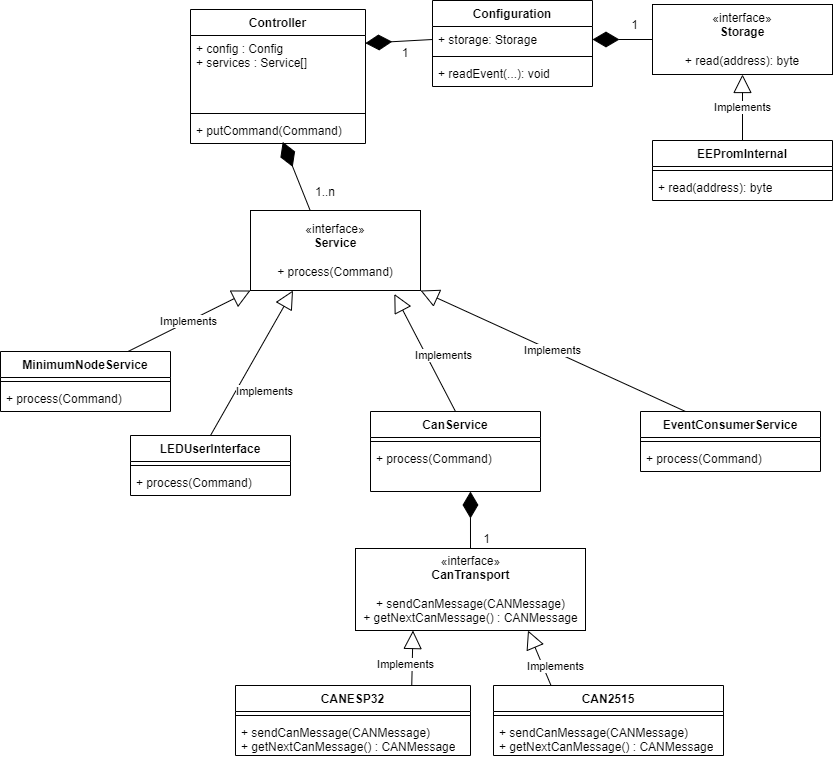
The draw.io diagram docs/VLCB-Arduino-Classes.png in SvenRosvall/VLCB-Arduino, before a commit. Source tidied: cells renumbered, new cells last; positions are measured from the earlier drawing's top-left corner, leaving out a move shared by most shapes.
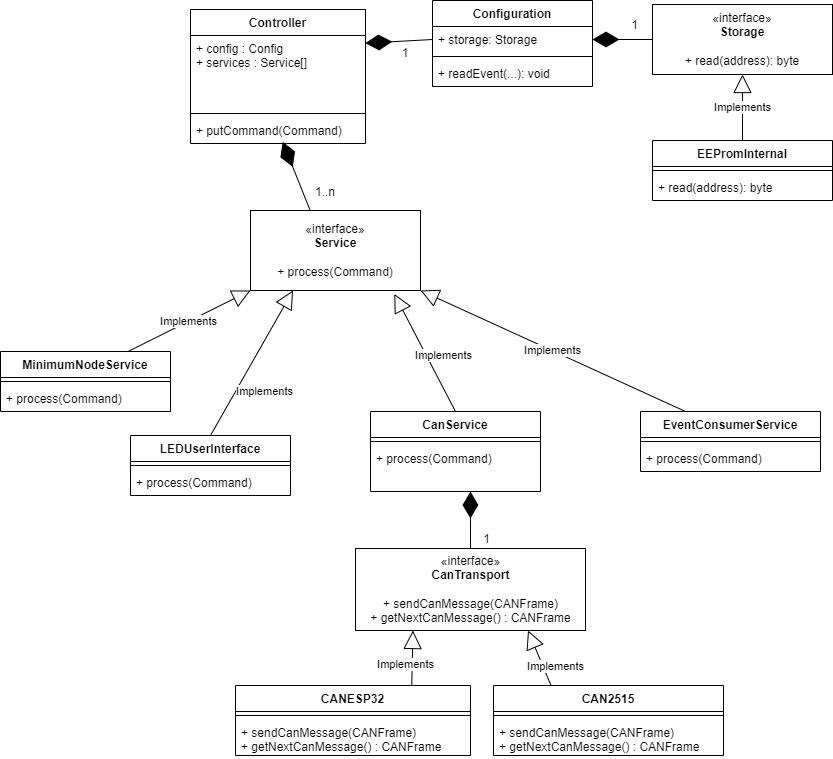
Above is the later version.

Commit message:
Update design documentation after redesigning the CanTransport and CanService relationship.

The edit, as a diff of the source:
```diff
@@ -20,7 +20,7 @@
     <mxCell id="7" style="line;strokeWidth=1;fillColor=none;align=left;verticalAlign=middle;spacingTop=-1;spacingLeft=3;spacingRight=3;labelPosition=right;strokeColor=inherit;" parent="6" vertex="1">
       <mxGeometry y="26" width="230" height="8" as="geometry" />
     </mxCell>
-    <mxCell id="8" value="+ sendCanMessage(CANMessage)&lt;br&gt;+ getNextCanMessage() : CANMessage" style="text;strokeColor=none;fillColor=none;align=left;verticalAlign=top;spacingLeft=4;spacingRight=4;overflow=hidden;whiteSpace=wrap;html=1;" parent="6" vertex="1">
+    <mxCell id="8" value="+ sendCanMessage(&lt;span style=&quot;&quot;&gt;CANFrame&lt;/span&gt;)&lt;br&gt;+ getNextCanMessage() :&amp;nbsp;&lt;span style=&quot;&quot;&gt;CANFrame&lt;/span&gt;" style="text;strokeColor=none;fillColor=none;align=left;verticalAlign=top;spacingLeft=4;spacingRight=4;overflow=hidden;whiteSpace=wrap;html=1;" parent="6" vertex="1">
       <mxGeometry y="34" width="230" height="36" as="geometry" />
     </mxCell>
     <mxCell id="9" value="CANESP32" style="swimlane;fontStyle=1;align=center;verticalAlign=top;horizontal=1;startSize=26;whiteSpace=wrap;html=1;" parent="1" vertex="1">
@@ -29,7 +29,7 @@
     <mxCell id="10" style="line;strokeWidth=1;fillColor=none;align=left;verticalAlign=middle;spacingTop=-1;spacingLeft=3;spacingRight=3;labelPosition=right;strokeColor=inherit;" parent="9" vertex="1">
       <mxGeometry y="26" width="235" height="8" as="geometry" />
     </mxCell>
-    <mxCell id="11" value="+ sendCanMessage(CANMessage)&lt;br&gt;+ getNextCanMessage() : CANMessage" style="text;strokeColor=none;fillColor=none;align=left;verticalAlign=top;spacingLeft=4;spacingRight=4;overflow=hidden;whiteSpace=wrap;html=1;" parent="9" vertex="1">
+    <mxCell id="11" value="+ sendCanMessage(&lt;span style=&quot;&quot;&gt;CANFrame&lt;/span&gt;)&lt;br&gt;+ getNextCanMessage() :&amp;nbsp;&lt;span style=&quot;&quot;&gt;CANFrame&lt;/span&gt;" style="text;strokeColor=none;fillColor=none;align=left;verticalAlign=top;spacingLeft=4;spacingRight=4;overflow=hidden;whiteSpace=wrap;html=1;" parent="9" vertex="1">
       <mxGeometry y="34" width="235" height="36" as="geometry" />
     </mxCell>
     <mxCell id="12" value="Implements" style="endArrow=block;endSize=16;endFill=0;html=1;rounded=0;entryX=0.75;entryY=1;entryDx=0;entryDy=0;exitX=0.25;exitY=0;exitDx=0;exitDy=0;" parent="1" edge="1" source="6" target="48">
@@ -140,7 +140,7 @@
     <mxCell id="47" value="1" style="text;html=1;strokeColor=none;fillColor=none;align=center;verticalAlign=middle;whiteSpace=wrap;rounded=0;" parent="1" vertex="1">
       <mxGeometry x="469" y="527" width="35" height="23" as="geometry" />
     </mxCell>
-    <mxCell id="48" value="«interface»&lt;br&gt;&lt;b&gt;CanTransport&lt;br&gt;&lt;br&gt;&lt;/b&gt;&lt;span style=&quot;text-align: left;&quot;&gt;+ sendCanMessage(CANMessage)&lt;/span&gt;&lt;br style=&quot;text-align: left;&quot;&gt;&lt;span style=&quot;text-align: left;&quot;&gt;+ getNextCanMessage() : CANMessage&lt;/span&gt;&lt;b&gt;&lt;br&gt;&lt;/b&gt;" style="html=1;" parent="1" vertex="1">
+    <mxCell id="48" value="«interface»&lt;br&gt;&lt;b&gt;CanTransport&lt;br&gt;&lt;br&gt;&lt;/b&gt;&lt;span style=&quot;text-align: left;&quot;&gt;+ sendCanMessage(CANFrame)&lt;/span&gt;&lt;br style=&quot;text-align: left;&quot;&gt;&lt;span style=&quot;text-align: left;&quot;&gt;+ getNextCanMessage() :&amp;nbsp;&lt;/span&gt;&lt;span style=&quot;text-align: left;&quot;&gt;CANFrame&lt;/span&gt;&lt;b&gt;&lt;br&gt;&lt;/b&gt;" style="html=1;" parent="1" vertex="1">
       <mxGeometry x="355" y="548" width="230" height="82" as="geometry" />
     </mxCell>
   </root>
```
